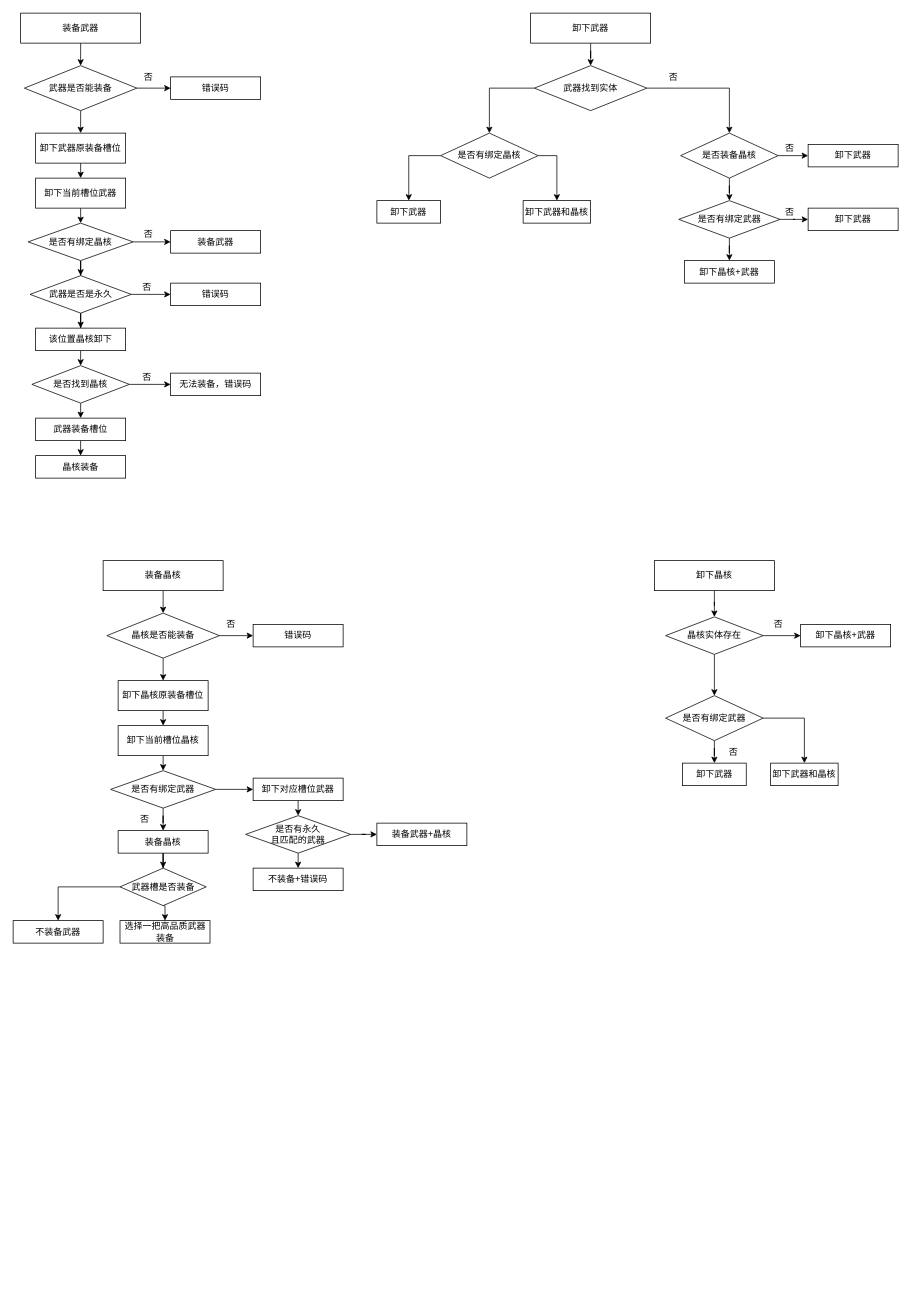
Before: SSJJ2/SSJJ2背包装备.drawio in Ordertiny/graph, a draw.io diagram. Source tidied: cells renumbered, new cells numbered last; positions are measured from the earlier drawing's top-left corner, leaving out a move shared by most shapes. Both pictures are drawn from the tidied source at 75%, with x=0, y=0 at pixel (13, 13).
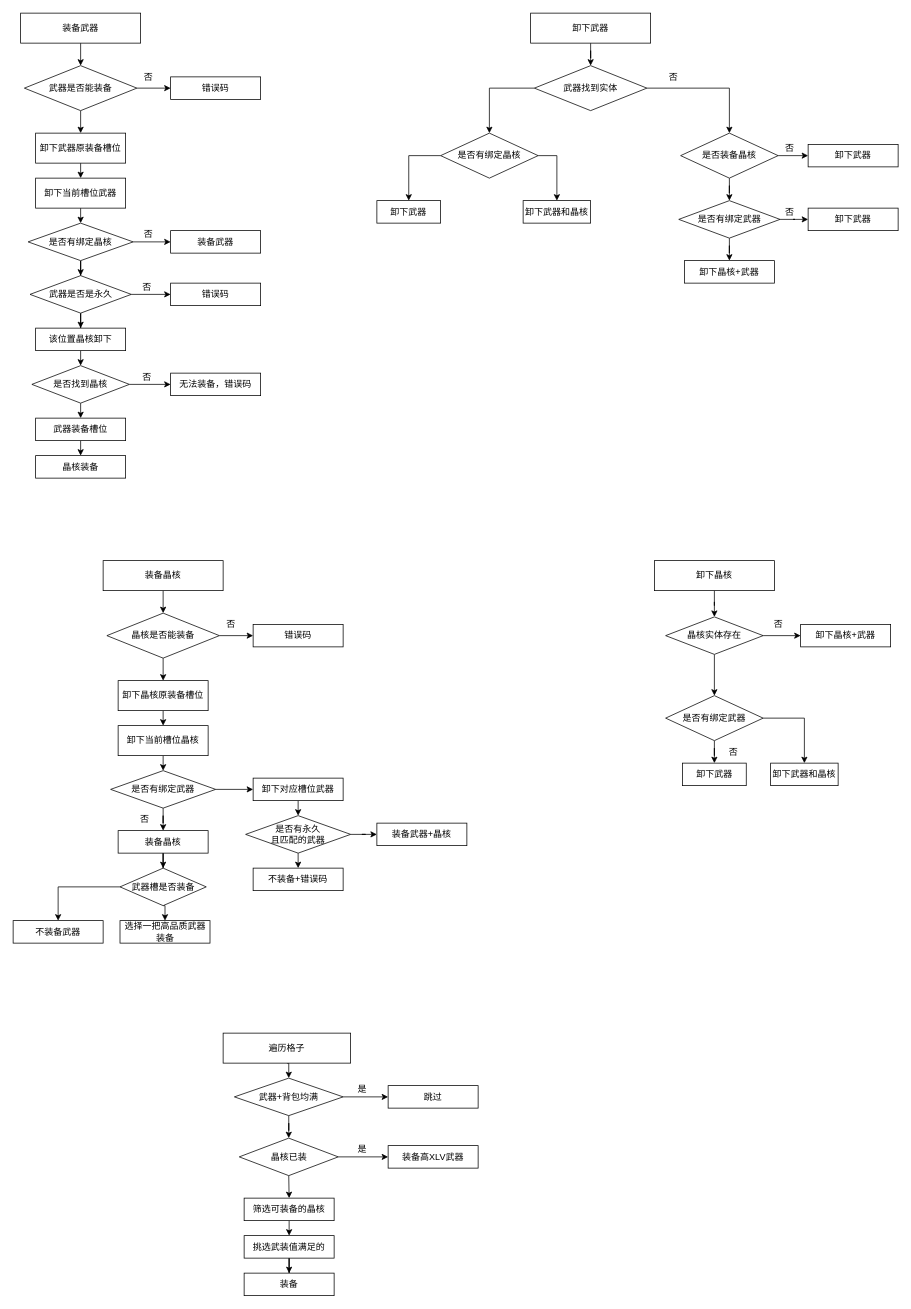
Above is the later version.

Commit message:
更新SSJJ2背包装备.drawio

Change to the diagram source:
```diff
@@
+    <mxCell id="97" style="edgeStyle=orthogonalEdgeStyle;rounded=0;jettySize=auto;html=1;exitX=0.5;exitY=1;exitDx=0;exitDy=0;entryX=0.5;entryY=0;entryDx=0;entryDy=0;" parent="1" edge="1" source="98" target="101">
+      <mxGeometry relative="1" as="geometry" />
+    </mxCell>
+    <mxCell id="98" value="遍历格子" style="rounded=0;whiteSpace=wrap;html=1;" parent="1" vertex="1">
+      <mxGeometry x="280" y="1360" width="170" height="40" as="geometry" />
+    </mxCell>
+    <mxCell id="99" style="edgeStyle=orthogonalEdgeStyle;rounded=0;jettySize=auto;html=1;exitX=1;exitY=0.5;exitDx=0;exitDy=0;entryX=0;entryY=0.5;entryDx=0;entryDy=0;" parent="1" edge="1" source="101" target="111">
+      <mxGeometry relative="1" as="geometry" />
+    </mxCell>
+    <mxCell id="100" style="edgeStyle=orthogonalEdgeStyle;rounded=0;jettySize=auto;html=1;exitX=0.5;exitY=1;exitDx=0;exitDy=0;" parent="1" edge="1" source="101" target="104">
+      <mxGeometry relative="1" as="geometry" />
+    </mxCell>
+    <mxCell id="101" value="武器+背包均满" style="rhombus;whiteSpace=wrap;html=1;" parent="1" vertex="1">
+      <mxGeometry x="295" y="1420" width="145" height="50" as="geometry" />
+    </mxCell>
+    <mxCell id="102" style="edgeStyle=orthogonalEdgeStyle;rounded=0;jettySize=auto;html=1;exitX=1;exitY=0.5;exitDx=0;exitDy=0;entryX=0;entryY=0.5;entryDx=0;entryDy=0;" parent="1" edge="1" source="104" target="105">
+      <mxGeometry relative="1" as="geometry" />
+    </mxCell>
+    <mxCell id="103" style="edgeStyle=orthogonalEdgeStyle;rounded=0;jettySize=auto;html=1;exitX=0.5;exitY=1;exitDx=0;exitDy=0;entryX=0.5;entryY=0;entryDx=0;entryDy=0;" parent="1" edge="1" source="104" target="107">
+      <mxGeometry relative="1" as="geometry" />
+    </mxCell>
+    <mxCell id="104" value="晶核已装" style="rhombus;whiteSpace=wrap;html=1;" parent="1" vertex="1">
+      <mxGeometry x="301.5" y="1500" width="132" height="50" as="geometry" />
+    </mxCell>
+    <mxCell id="105" value="装备高XLV武器" style="rounded=0;whiteSpace=wrap;html=1;" parent="1" vertex="1">
+      <mxGeometry x="500" y="1510" width="120" height="30" as="geometry" />
+    </mxCell>
+    <mxCell id="106" style="edgeStyle=orthogonalEdgeStyle;rounded=0;jettySize=auto;html=1;exitX=0.5;exitY=1;exitDx=0;exitDy=0;entryX=0.5;entryY=0;entryDx=0;entryDy=0;" parent="1" edge="1" source="107" target="109">
+      <mxGeometry relative="1" as="geometry" />
+    </mxCell>
+    <mxCell id="107" value="筛选可装备的晶核" style="rounded=0;whiteSpace=wrap;html=1;" parent="1" vertex="1">
+      <mxGeometry x="308" y="1580" width="120" height="30" as="geometry" />
+    </mxCell>
+    <mxCell id="108" style="edgeStyle=orthogonalEdgeStyle;rounded=0;jettySize=auto;html=1;exitX=0.5;exitY=1;exitDx=0;exitDy=0;" parent="1" edge="1" source="109" target="110">
+      <mxGeometry relative="1" as="geometry" />
+    </mxCell>
+    <mxCell id="109" value="挑选武装值满足的" style="rounded=0;whiteSpace=wrap;html=1;" parent="1" vertex="1">
+      <mxGeometry x="308" y="1630" width="120" height="30" as="geometry" />
+    </mxCell>
+    <mxCell id="110" value="装备" style="rounded=0;whiteSpace=wrap;html=1;" parent="1" vertex="1">
+      <mxGeometry x="308" y="1680" width="120" height="30" as="geometry" />
+    </mxCell>
+    <mxCell id="111" value="跳过" style="rounded=0;whiteSpace=wrap;html=1;" parent="1" vertex="1">
+      <mxGeometry x="500" y="1430" width="120" height="30" as="geometry" />
+    </mxCell>
+    <mxCell id="112" value="是" style="text;html=1;align=center;verticalAlign=middle;strokeColor=none;fillColor=none;" parent="1" vertex="1">
+      <mxGeometry x="445" y="1420" width="40" height="30" as="geometry" />
+    </mxCell>
+    <mxCell id="113" value="是" style="text;html=1;align=center;verticalAlign=middle;strokeColor=none;fillColor=none;" parent="1" vertex="1">
+      <mxGeometry x="445" y="1500" width="40" height="30" as="geometry" />
+    </mxCell>
```
